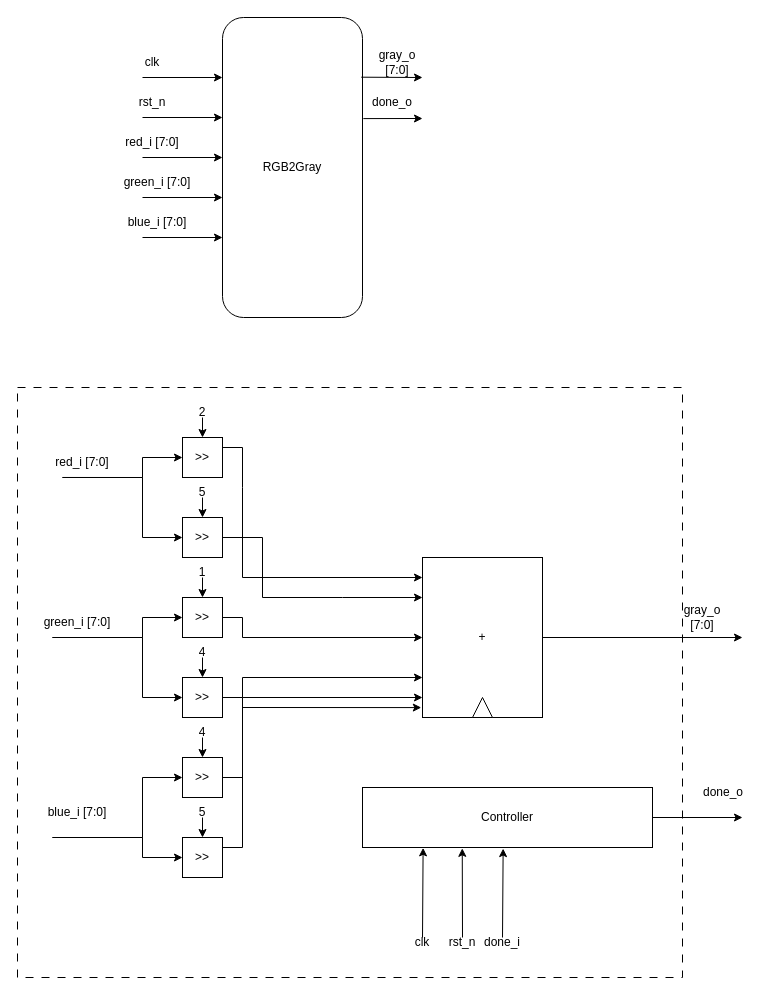
The draw.io diagram draw/InputModules/RGB2Gray.drawio in Hieuueihm/Thesis, before the edit. Source tidied: cells renumbered, new cells numbered last; positions are measured from the earlier drawing's top-left corner, leaving out a move shared by most shapes. Both pictures are drawn from the tidied source at 100%, with x=0, y=0 at pixel (17, 17).
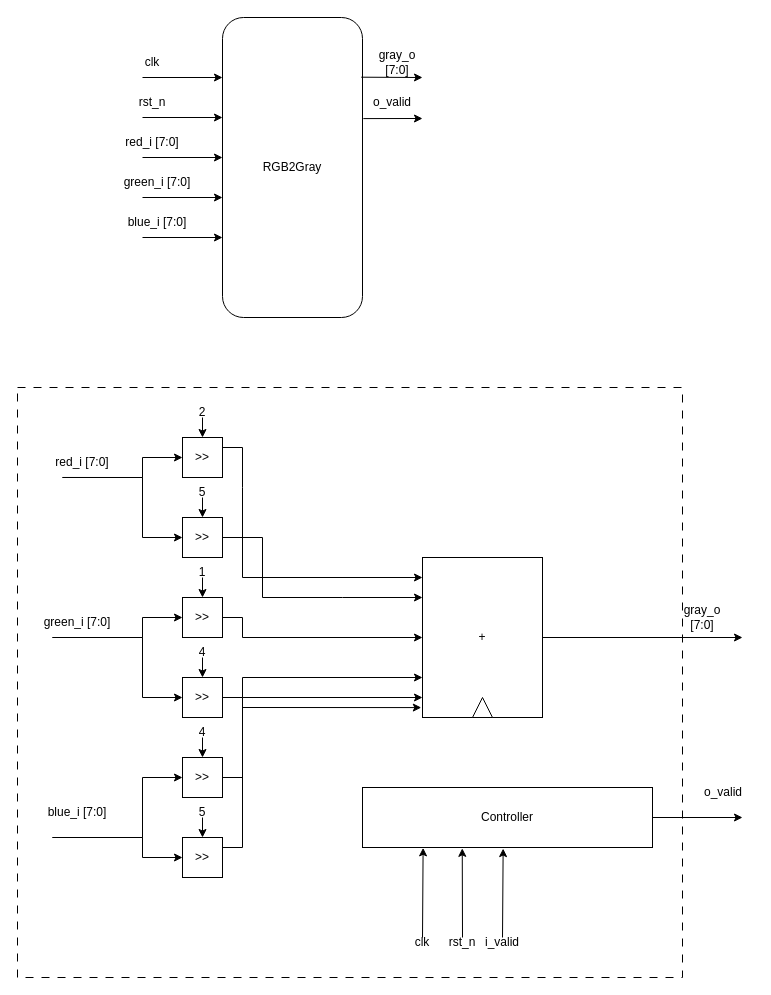
After the change.

What changed in the source:
```diff
@@
-    <mxCell id="17" value="done_o" style="text;html=1;align=center;verticalAlign=middle;whiteSpace=wrap;rounded=0;" parent="1" vertex="1">
+    <mxCell id="17" value="o_valid" style="text;html=1;align=center;verticalAlign=middle;whiteSpace=wrap;rounded=0;" parent="1" vertex="1">
       <mxGeometry x="345" y="70" width="60" height="30" as="geometry" />
     </mxCell>
@@
-    <mxCell id="61" value="done_i" style="text;html=1;align=center;verticalAlign=middle;whiteSpace=wrap;rounded=0;" parent="1" vertex="1">
+    <mxCell id="61" value="i_valid" style="text;html=1;align=center;verticalAlign=middle;whiteSpace=wrap;rounded=0;" parent="1" vertex="1">
       <mxGeometry x="455" y="910" width="60" height="30" as="geometry" />
     </mxCell>
@@
-    <mxCell id="63" value="done_o" style="text;html=1;align=center;verticalAlign=middle;whiteSpace=wrap;rounded=0;" parent="1" vertex="1">
+    <mxCell id="63" value="o_valid" style="text;html=1;align=center;verticalAlign=middle;whiteSpace=wrap;rounded=0;" parent="1" vertex="1">
       <mxGeometry x="676" y="760" width="60" height="30" as="geometry" />
     </mxCell>
```
